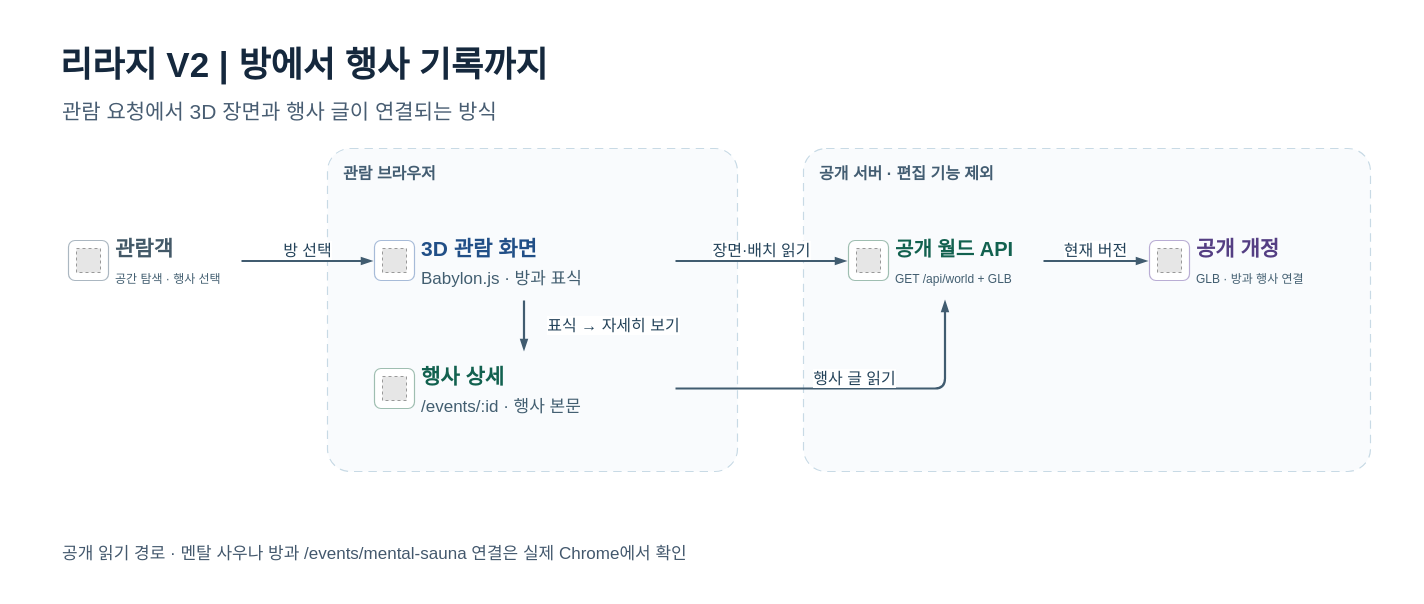
The draw.io diagram docs/portfolio-readme/assets/giraffe-system.drawio in SungKong00/living-like-a-giraffe-V2, before the edit. Source tidied: cells renumbered, new cells numbered last; positions are measured from the earlier drawing's top-left corner, leaving out a move shared by most shapes. Both pictures are drawn from the tidied source at 100%, with x=0, y=0 at pixel (17, 17). Pictures stored in the file or linked from it are replaced by grey dashed boxes.
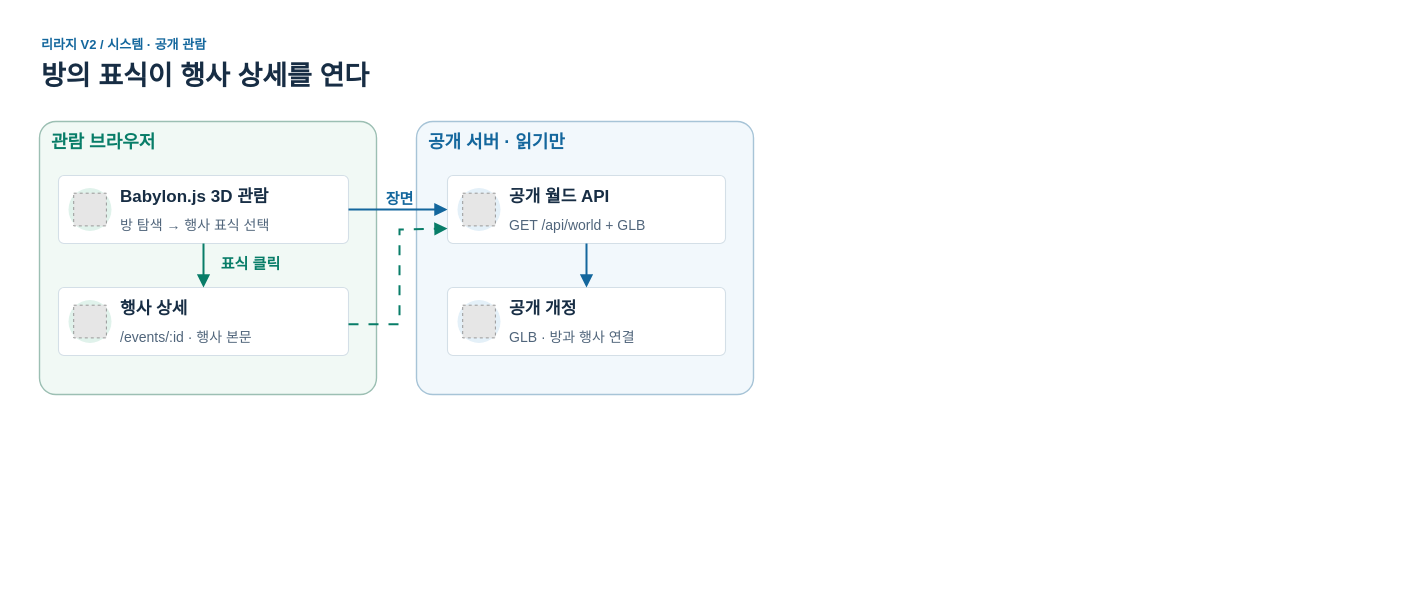
After the change.

Change to the diagram source:
```diff
@@
-    <mxCell id="2" style="fillColor=#FFFFFF;strokeColor=none;selectable=0;html=0;" parent="1" vertex="1">
-      <mxGeometry width="1390" height="570" as="geometry" />
-    </mxCell>
-    <mxCell id="3" value="리라지 V2 | 방에서 행사 기록까지" style="text;html=0;strokeColor=none;fillColor=none;whiteSpace=wrap;align=left;verticalAlign=middle;spacing=0;fontColor=#15283D;fontSize=35;fontStyle=1;fontFamily=Arial;" parent="1" vertex="1">
-      <mxGeometry x="43" y="24" width="1305" height="45" as="geometry" />
-    </mxCell>
-    <mxCell id="4" value="관람 요청에서 3D 장면과 행사 글이 연결되는 방식" style="text;html=0;strokeColor=none;fillColor=none;whiteSpace=wrap;align=left;verticalAlign=middle;spacing=0;fontColor=#485D72;fontSize=21;fontStyle=0;fontFamily=Arial;" parent="1" vertex="1">
-      <mxGeometry x="45" y="74" width="1300" height="39" as="geometry" />
-    </mxCell>
+    <mxCell id="38" style="shape=rectangle;fillColor=#FFFFFF;strokeColor=none;" parent="1" vertex="1">
+      <mxGeometry width="760" height="408" as="geometry" />
+    </mxCell>
+    <mxCell id="39" value="리라지 V2  /  시스템  ·  공개 관람" style="text;html=0;align=left;verticalAlign=middle;spacing=0;fontFamily=Apple SD Gothic Neo;fontSize=13;fontColor=#14679D;fontStyle=1;fillColor=none;strokeColor=none;whiteSpace=wrap;overflow=visible;" parent="1" vertex="1">
+      <mxGeometry x="24" y="17" width="712" height="20" as="geometry" />
+    </mxCell>
+    <mxCell id="40" value="방의 표식이 행사 상세를 연다" style="text;html=0;align=left;verticalAlign=middle;spacing=0;fontFamily=Apple SD Gothic Neo;fontSize=27;fontColor=#172D44;fontStyle=1;fillColor=none;strokeColor=none;whiteSpace=wrap;overflow=visible;" parent="1" vertex="1">
+      <mxGeometry x="24" y="41" width="712" height="36" as="geometry" />
+    </mxCell>
+    <mxCell id="41" style="rounded=1;arcSize=6;strokeWidth=1.4;strokeColor=#9CBFB3;fillColor=#F1F9F5;dashed=0;" parent="1" vertex="1">
+      <mxGeometry x="22" y="104" width="337" height="273" as="geometry" />
+    </mxCell>
-    <mxCell id="5" value="관람 브라우저" style="rounded=1;arcSize=7;html=0;whiteSpace=wrap;fillColor=#F8FBFD;fillOpacity=85;strokeColor=#C8DAE5;dashed=1;dashPattern=7 5;strokeWidth=1.2;align=left;verticalAlign=top;spacingLeft=14;spacingTop=9;fontSize=16;fontStyle=1;fontColor=#435D72;fontFamily=Arial;" parent="1" vertex="1">
-      <mxGeometry x="310" y="131" width="410" height="323" as="geometry" />
+    <mxCell id="5" value="관람 브라우저" style="text;html=0;align=left;verticalAlign=middle;spacing=0;fontFamily=Apple SD Gothic Neo;fontSize=18;fontColor=#087D68;fontStyle=1;fillColor=none;strokeColor=none;whiteSpace=wrap;overflow=visible;" parent="1" vertex="1">
+      <mxGeometry x="34" y="111" width="313" height="28" as="geometry" />
     </mxCell>
-    <mxCell id="6" value="공개 서버 · 편집 기능 제외" style="rounded=1;arcSize=7;html=0;whiteSpace=wrap;fillColor=#F8FBFD;fillOpacity=85;strokeColor=#C8DAE5;dashed=1;dashPattern=7 5;strokeWidth=1.2;align=left;verticalAlign=top;spacingLeft=14;spacingTop=9;fontSize=16;fontStyle=1;fontColor=#435D72;fontFamily=Arial;" parent="1" vertex="1">
-      <mxGeometry x="786" y="131" width="567" height="323" as="geometry" />
-    </mxCell>
-    <mxCell id="7" style="rounded=0;fillColor=none;strokeColor=none;whiteSpace=wrap;html=0;" parent="1" vertex="1">
-      <mxGeometry x="49" y="204" width="175" height="79" as="geometry" />
-    </mxCell>
-    <mxCell id="8" style="rounded=1;arcSize=16;fillColor=#FFFFFF;strokeColor=#ABB7C1;strokeWidth=1.2;html=0;" parent="7" vertex="1">
-      <mxGeometry x="2" y="19" width="40" height="40" as="geometry" />
-    </mxCell>
-    <mxCell id="9" style="fillColor=#E6E6E6;strokeColor=#999999;dashed=1;" parent="7" vertex="1">
-      <mxGeometry x="10" y="27" width="24" height="24" as="geometry" />
-    </mxCell>
-    <mxCell id="10" value="관람객" style="text;html=0;strokeColor=none;fillColor=none;align=left;verticalAlign=middle;whiteSpace=wrap;spacing=0;fontSize=21;fontColor=#435968;fontStyle=1;fontFamily=Arial;" parent="7" vertex="1">
-      <mxGeometry x="49" y="12" width="121" height="29" as="geometry" />
-    </mxCell>
-    <mxCell id="11" value="공간 탐색 · 행사 선택" style="text;html=0;strokeColor=none;fillColor=none;align=left;verticalAlign=middle;whiteSpace=wrap;spacing=0;fontSize=12;fontColor=#425E70;fontStyle=0;fontFamily=Arial;" parent="7" vertex="1">
-      <mxGeometry x="49" y="40" width="121" height="36" as="geometry" />
-    </mxCell>
+    <mxCell id="42" style="rounded=1;arcSize=6;strokeWidth=1.4;strokeColor=#A7C4D7;fillColor=#F2F8FC;dashed=0;" parent="1" vertex="1">
+      <mxGeometry x="399" y="104" width="337" height="273" as="geometry" />
+    </mxCell>
+    <mxCell id="43" value="공개 서버 · 읽기만" style="text;html=0;align=left;verticalAlign=middle;spacing=0;fontFamily=Apple SD Gothic Neo;fontSize=18;fontColor=#14679D;fontStyle=1;fillColor=none;strokeColor=none;whiteSpace=wrap;overflow=visible;" parent="1" vertex="1">
+      <mxGeometry x="411" y="111" width="313" height="28" as="geometry" />
+    </mxCell>
-    <mxCell id="12" style="rounded=0;fillColor=none;strokeColor=none;whiteSpace=wrap;html=0;" parent="1" vertex="1">
-      <mxGeometry x="355" y="204" width="303" height="79" as="geometry" />
+    <mxCell id="12" style="rounded=1;arcSize=8;fillColor=#FFFFFF;strokeColor=#D4DFE7;strokeWidth=1.1;" parent="1" vertex="1">
+      <mxGeometry x="41" y="158" width="290" height="68" as="geometry" />
     </mxCell>
-    <mxCell id="13" style="rounded=1;arcSize=16;fillColor=#FFFFFF;strokeColor=#A7BBD8;strokeWidth=1.2;html=0;" parent="12" vertex="1">
-      <mxGeometry x="2" y="19" width="40" height="40" as="geometry" />
-    </mxCell>
-    <mxCell id="14" style="fillColor=#E6E6E6;strokeColor=#999999;dashed=1;" parent="12" vertex="1">
-      <mxGeometry x="10" y="27" width="24" height="24" as="geometry" />
-    </mxCell>
-    <mxCell id="15" value="3D 관람 화면" style="text;html=0;strokeColor=none;fillColor=none;align=left;verticalAlign=middle;whiteSpace=wrap;spacing=0;fontSize=21;fontColor=#214F87;fontStyle=1;fontFamily=Arial;" parent="12" vertex="1">
-      <mxGeometry x="49" y="12" width="249" height="29" as="geometry" />
-    </mxCell>
-    <mxCell id="16" value="Babylon.js · 방과 표식" style="text;html=0;strokeColor=none;fillColor=none;align=left;verticalAlign=middle;whiteSpace=wrap;spacing=0;fontSize=17;fontColor=#425E70;fontStyle=0;fontFamily=Arial;" parent="12" vertex="1">
-      <mxGeometry x="49" y="40" width="249" height="36" as="geometry" />
-    </mxCell>
-    <mxCell id="17" style="rounded=0;fillColor=none;strokeColor=none;whiteSpace=wrap;html=0;" parent="1" vertex="1">
-      <mxGeometry x="355" y="333" width="303" height="76" as="geometry" />
-    </mxCell>
-    <mxCell id="18" style="rounded=1;arcSize=16;fillColor=#FFFFFF;strokeColor=#9FBEB1;strokeWidth=1.2;html=0;" parent="17" vertex="1">
-      <mxGeometry x="2" y="18" width="40" height="40" as="geometry" />
-    </mxCell>
-    <mxCell id="19" style="fillColor=#E6E6E6;strokeColor=#999999;dashed=1;" parent="17" vertex="1">
-      <mxGeometry x="10" y="26" width="24" height="24" as="geometry" />
-    </mxCell>
+    <mxCell id="44" style="ellipse;fillColor=#E0F2EB;strokeColor=none;" parent="1" vertex="1">
+      <mxGeometry x="51" y="170.5" width="43" height="43" as="geometry" />
+    </mxCell>
+    <mxCell id="45" style="fillColor=#E6E6E6;strokeColor=#999999;dashed=1;" parent="1" vertex="1">
+      <mxGeometry x="56.2" y="175.7" width="32.7" height="32.7" as="geometry" />
+    </mxCell>
+    <mxCell id="46" value="Babylon.js 3D 관람" style="text;html=0;align=left;verticalAlign=middle;spacing=0;fontFamily=Apple SD Gothic Neo;fontSize=17;fontColor=#172D44;fontStyle=1;fillColor=none;strokeColor=none;whiteSpace=wrap;overflow=visible;" parent="1" vertex="1">
+      <mxGeometry x="103" y="167" width="224" height="25" as="geometry" />
+    </mxCell>
+    <mxCell id="47" value="방 탐색 → 행사 표식 선택" style="text;html=0;align=left;verticalAlign=middle;spacing=0;fontFamily=Apple SD Gothic Neo;fontSize=14;fontColor=#50657B;fontStyle=0;fillColor=none;strokeColor=none;whiteSpace=wrap;overflow=visible;" parent="1" vertex="1">
+      <mxGeometry x="103" y="192" width="224" height="31" as="geometry" />
+    </mxCell>
+    <mxCell id="48" style="rounded=1;arcSize=8;fillColor=#FFFFFF;strokeColor=#D4DFE7;strokeWidth=1.1;" parent="1" vertex="1">
+      <mxGeometry x="41" y="270" width="290" height="68" as="geometry" />
+    </mxCell>
+    <mxCell id="49" style="ellipse;fillColor=#E0F2EB;strokeColor=none;" parent="1" vertex="1">
+      <mxGeometry x="51" y="282.5" width="43" height="43" as="geometry" />
+    </mxCell>
+    <mxCell id="50" style="fillColor=#E6E6E6;strokeColor=#999999;dashed=1;" parent="1" vertex="1">
+      <mxGeometry x="56.2" y="287.7" width="32.7" height="32.7" as="geometry" />
+    </mxCell>
-    <mxCell id="20" value="행사 상세" style="text;html=0;strokeColor=none;fillColor=none;align=left;verticalAlign=middle;whiteSpace=wrap;spacing=0;fontSize=21;fontColor=#12614F;fontStyle=1;fontFamily=Arial;" parent="17" vertex="1">
-      <mxGeometry x="49" y="11" width="249" height="29" as="geometry" />
+    <mxCell id="20" value="행사 상세" style="text;html=0;align=left;verticalAlign=middle;spacing=0;fontFamily=Apple SD Gothic Neo;fontSize=17;fontColor=#172D44;fontStyle=1;fillColor=none;strokeColor=none;whiteSpace=wrap;overflow=visible;" parent="1" vertex="1">
+      <mxGeometry x="103" y="279" width="224" height="25" as="geometry" />
     </mxCell>
-    <mxCell id="21" value="/events/:id · 행사 본문" style="text;html=0;strokeColor=none;fillColor=none;align=left;verticalAlign=middle;whiteSpace=wrap;spacing=0;fontSize=17;fontColor=#425E70;fontStyle=0;fontFamily=Arial;" parent="17" vertex="1">
-      <mxGeometry x="49" y="39" width="249" height="35" as="geometry" />
+    <mxCell id="21" value="/events/:id · 행사 본문" style="text;html=0;align=left;verticalAlign=middle;spacing=0;fontFamily=Apple SD Gothic Neo;fontSize=14;fontColor=#50657B;fontStyle=0;fillColor=none;strokeColor=none;whiteSpace=wrap;overflow=visible;" parent="1" vertex="1">
+      <mxGeometry x="103" y="304" width="224" height="31" as="geometry" />
     </mxCell>
-    <mxCell id="22" style="rounded=0;fillColor=none;strokeColor=none;whiteSpace=wrap;html=0;" parent="1" vertex="1">
-      <mxGeometry x="829" y="204" width="197" height="79" as="geometry" />
+    <mxCell id="22" style="rounded=1;arcSize=8;fillColor=#FFFFFF;strokeColor=#D4DFE7;strokeWidth=1.1;" parent="1" vertex="1">
+      <mxGeometry x="430" y="158" width="278" height="68" as="geometry" />
     </mxCell>
-    <mxCell id="23" style="rounded=1;arcSize=16;fillColor=#FFFFFF;strokeColor=#9FBEB1;strokeWidth=1.2;html=0;" parent="22" vertex="1">
-      <mxGeometry x="2" y="19" width="40" height="40" as="geometry" />
-    </mxCell>
-    <mxCell id="24" style="fillColor=#E6E6E6;strokeColor=#999999;dashed=1;" parent="22" vertex="1">
-      <mxGeometry x="10" y="27" width="24" height="24" as="geometry" />
-    </mxCell>
+    <mxCell id="51" style="ellipse;fillColor=#E4F0F8;strokeColor=none;" parent="1" vertex="1">
+      <mxGeometry x="440" y="170.5" width="43" height="43" as="geometry" />
+    </mxCell>
+    <mxCell id="52" style="fillColor=#E6E6E6;strokeColor=#999999;dashed=1;" parent="1" vertex="1">
+      <mxGeometry x="445.2" y="175.7" width="32.7" height="32.7" as="geometry" />
+    </mxCell>
-    <mxCell id="25" value="공개 월드 API" style="text;html=0;strokeColor=none;fillColor=none;align=left;verticalAlign=middle;whiteSpace=wrap;spacing=0;fontSize=20;fontColor=#12614F;fontStyle=1;fontFamily=Arial;" parent="22" vertex="1">
-      <mxGeometry x="49" y="12" width="143" height="29" as="geometry" />
+    <mxCell id="25" value="공개 월드 API" style="text;html=0;align=left;verticalAlign=middle;spacing=0;fontFamily=Apple SD Gothic Neo;fontSize=17;fontColor=#172D44;fontStyle=1;fillColor=none;strokeColor=none;whiteSpace=wrap;overflow=visible;" parent="1" vertex="1">
+      <mxGeometry x="492" y="167" width="212" height="25" as="geometry" />
     </mxCell>
-    <mxCell id="26" value="GET /api/world + GLB" style="text;html=0;strokeColor=none;fillColor=none;align=left;verticalAlign=middle;whiteSpace=wrap;spacing=0;fontSize=12;fontColor=#425E70;fontStyle=0;fontFamily=Arial;" parent="22" vertex="1">
-      <mxGeometry x="49" y="40" width="143" height="36" as="geometry" />
+    <mxCell id="26" value="GET /api/world + GLB" style="text;html=0;align=left;verticalAlign=middle;spacing=0;fontFamily=Apple SD Gothic Neo;fontSize=14;fontColor=#50657B;fontStyle=0;fillColor=none;strokeColor=none;whiteSpace=wrap;overflow=visible;" parent="1" vertex="1">
+      <mxGeometry x="492" y="192" width="212" height="31" as="geometry" />
     </mxCell>
-    <mxCell id="27" style="rounded=0;fillColor=none;strokeColor=none;whiteSpace=wrap;html=0;" parent="1" vertex="1">
-      <mxGeometry x="1130" y="204" width="184" height="79" as="geometry" />
-    </mxCell>
-    <mxCell id="28" style="rounded=1;arcSize=16;fillColor=#FFFFFF;strokeColor=#B9ADD4;strokeWidth=1.2;html=0;" parent="27" vertex="1">
-      <mxGeometry x="2" y="19" width="40" height="40" as="geometry" />
-    </mxCell>
-    <mxCell id="29" style="fillColor=#E6E6E6;strokeColor=#999999;dashed=1;" parent="27" vertex="1">
-      <mxGeometry x="10" y="27" width="24" height="24" as="geometry" />
-    </mxCell>
+    <mxCell id="53" style="rounded=1;arcSize=8;fillColor=#FFFFFF;strokeColor=#D4DFE7;strokeWidth=1.1;" parent="1" vertex="1">
+      <mxGeometry x="430" y="270" width="278" height="68" as="geometry" />
+    </mxCell>
+    <mxCell id="54" style="ellipse;fillColor=#E4F0F8;strokeColor=none;" parent="1" vertex="1">
+      <mxGeometry x="440" y="282.5" width="43" height="43" as="geometry" />
+    </mxCell>
+    <mxCell id="55" style="fillColor=#E6E6E6;strokeColor=#999999;dashed=1;" parent="1" vertex="1">
+      <mxGeometry x="445.2" y="287.7" width="32.7" height="32.7" as="geometry" />
+    </mxCell>
-    <mxCell id="30" value="공개 개정" style="text;html=0;strokeColor=none;fillColor=none;align=left;verticalAlign=middle;whiteSpace=wrap;spacing=0;fontSize=21;fontColor=#543E83;fontStyle=1;fontFamily=Arial;" parent="27" vertex="1">
-      <mxGeometry x="49" y="12" width="130" height="29" as="geometry" />
+    <mxCell id="30" value="공개 개정" style="text;html=0;align=left;verticalAlign=middle;spacing=0;fontFamily=Apple SD Gothic Neo;fontSize=17;fontColor=#172D44;fontStyle=1;fillColor=none;strokeColor=none;whiteSpace=wrap;overflow=visible;" parent="1" vertex="1">
+      <mxGeometry x="492" y="279" width="212" height="25" as="geometry" />
     </mxCell>
-    <mxCell id="31" value="GLB · 방과 행사 연결" style="text;html=0;strokeColor=none;fillColor=none;align=left;verticalAlign=middle;whiteSpace=wrap;spacing=0;fontSize=12;fontColor=#425E70;fontStyle=0;fontFamily=Arial;" parent="27" vertex="1">
-      <mxGeometry x="49" y="40" width="130" height="36" as="geometry" />
+    <mxCell id="31" value="GLB · 방과 행사 연결" style="text;html=0;align=left;verticalAlign=middle;spacing=0;fontFamily=Apple SD Gothic Neo;fontSize=14;fontColor=#50657B;fontStyle=0;fillColor=none;strokeColor=none;whiteSpace=wrap;overflow=visible;" parent="1" vertex="1">
+      <mxGeometry x="492" y="304" width="212" height="31" as="geometry" />
     </mxCell>
-    <mxCell id="32" value="방 선택" style="edgeStyle=orthogonalEdgeStyle;rounded=1;jettySize=auto;html=1;endArrow=blockThin;endFill=1;strokeColor=#415C70;strokeWidth=2.2;fontColor=#24435A;fontSize=16;labelBackgroundColor=#FFFFFF;labelPadding=2;fontFamily=Arial;exitX=1;exitY=0.5;exitDx=0;exitDy=0;entryX=0;entryY=0.5;entryDx=0;entryDy=0;" parent="1" edge="1" source="7" target="12">
-      <mxGeometry relative="1" as="geometry">
-        <mxPoint y="-11" as="offset" />
-      </mxGeometry>
-    </mxCell>
-    <mxCell id="33" value="표식 → 자세히 보기" style="edgeStyle=orthogonalEdgeStyle;rounded=1;jettySize=auto;html=1;endArrow=blockThin;endFill=1;strokeColor=#415C70;strokeWidth=2.2;fontColor=#24435A;fontSize=16;labelBackgroundColor=#FFFFFF;labelPadding=2;fontFamily=Arial;exitX=0.5;exitY=1;exitDx=0;exitDy=0;entryX=0.5;entryY=0;entryDx=0;entryDy=0;" parent="1" edge="1" source="12" target="17">
-      <mxGeometry relative="1" as="geometry">
-        <mxPoint x="89" as="offset" />
-      </mxGeometry>
-    </mxCell>
+    <mxCell id="56" style="edgeStyle=orthogonalEdgeStyle;rounded=0;html=0;strokeColor=#087D68;strokeWidth=2;endArrow=block;endFill=1;endSize=8;dashed=0;dashPattern=5 5;exitX=0.5;exitY=1;entryX=0.5;entryY=0;exitPerimeter=0;entryPerimeter=0;" parent="1" edge="1" source="12" target="48">
+      <mxGeometry relative="1" as="geometry" />
+    </mxCell>
-    <mxCell id="34" value="장면·배치 읽기" style="edgeStyle=orthogonalEdgeStyle;rounded=1;jettySize=auto;html=1;endArrow=blockThin;endFill=1;strokeColor=#415C70;strokeWidth=2.2;fontColor=#24435A;fontSize=16;labelBackgroundColor=#FFFFFF;labelPadding=2;fontFamily=Arial;exitX=1;exitY=0.5;exitDx=0;exitDy=0;entryX=0;entryY=0.5;entryDx=0;entryDy=0;" parent="1" edge="1" source="12" target="22">
-      <mxGeometry relative="1" as="geometry">
-        <mxPoint y="-11" as="offset" />
-      </mxGeometry>
+    <mxCell id="34" style="edgeStyle=orthogonalEdgeStyle;rounded=0;html=0;strokeColor=#14679D;strokeWidth=2;endArrow=block;endFill=1;endSize=8;dashed=0;dashPattern=5 5;exitX=1;exitY=0.5;entryX=0;entryY=0.5;exitPerimeter=0;entryPerimeter=0;" parent="1" edge="1" source="12" target="22">
+      <mxGeometry relative="1" as="geometry" />
     </mxCell>
-    <mxCell id="35" value="현재 버전" style="edgeStyle=orthogonalEdgeStyle;rounded=1;jettySize=auto;html=1;endArrow=blockThin;endFill=1;strokeColor=#415C70;strokeWidth=2.2;fontColor=#24435A;fontSize=16;labelBackgroundColor=#FFFFFF;labelPadding=2;fontFamily=Arial;exitX=1;exitY=0.5;exitDx=0;exitDy=0;entryX=0;entryY=0.5;entryDx=0;entryDy=0;" parent="1" edge="1" source="22" target="27">
-      <mxGeometry relative="1" as="geometry">
-        <mxPoint y="-11" as="offset" />
-      </mxGeometry>
-    </mxCell>
-    <mxCell id="36" value="행사 글 읽기" style="edgeStyle=orthogonalEdgeStyle;rounded=1;jettySize=auto;html=1;endArrow=blockThin;endFill=1;strokeColor=#415C70;strokeWidth=2.2;fontColor=#24435A;fontSize=16;labelBackgroundColor=#FFFFFF;labelPadding=2;fontFamily=Arial;exitX=1;exitY=0.5;exitDx=0;exitDy=0;entryX=0.5;entryY=1;entryDx=0;entryDy=0;" parent="1" edge="1" source="17" target="22">
-      <mxGeometry relative="1" as="geometry">
-        <Array as="points">
-          <mxPoint x="927" y="371" />
-        </Array>
-        <mxPoint y="-10" as="offset" />
-      </mxGeometry>
-    </mxCell>
-    <mxCell id="37" value="공개 읽기 경로 · 멘탈 사우나 방과 /events/mental-sauna 연결은 실제 Chrome에서 확인" style="text;html=0;strokeColor=none;fillColor=none;whiteSpace=wrap;align=left;verticalAlign=middle;spacing=0;fontColor=#43586D;fontSize=17;fontStyle=0;fontFamily=Arial;" parent="1" vertex="1">
-      <mxGeometry x="45" y="518" width="1300" height="38" as="geometry" />
-    </mxCell>
+    <mxCell id="57" style="edgeStyle=orthogonalEdgeStyle;rounded=0;html=0;strokeColor=#14679D;strokeWidth=2;endArrow=block;endFill=1;endSize=8;dashed=0;dashPattern=5 5;exitX=0.5;exitY=1;entryX=0.5;entryY=0;exitPerimeter=0;entryPerimeter=0;" parent="1" edge="1" source="22" target="53">
+      <mxGeometry relative="1" as="geometry" />
+    </mxCell>
+    <mxCell id="58" style="edgeStyle=orthogonalEdgeStyle;rounded=0;html=0;strokeColor=#087D68;strokeWidth=2;endArrow=block;endFill=1;endSize=8;dashed=1;dashPattern=5 5;exitX=1;exitY=0.54;entryX=0;entryY=0.78;exitPerimeter=0;entryPerimeter=0;" parent="1" edge="1" source="48" target="22">
+      <mxGeometry relative="1" as="geometry">
+        <Array as="points">
+          <mxPoint x="382" y="306" />
+          <mxPoint x="382" y="212" />
+        </Array>
+      </mxGeometry>
+    </mxCell>
+    <mxCell id="59" value="장면" style="text;html=0;align=center;verticalAlign=middle;spacing=0;fontFamily=Apple SD Gothic Neo;fontSize=15;fontColor=#14679D;fontStyle=1;fillColor=none;strokeColor=none;whiteSpace=wrap;overflow=visible;" parent="1" vertex="1">
+      <mxGeometry x="339" y="170" width="87" height="22" as="geometry" />
+    </mxCell>
+    <mxCell id="60" value="표식 클릭" style="text;html=0;align=center;verticalAlign=middle;spacing=0;fontFamily=Apple SD Gothic Neo;fontSize=15;fontColor=#087D68;fontStyle=1;fillColor=none;strokeColor=none;whiteSpace=wrap;overflow=visible;" parent="1" vertex="1">
+      <mxGeometry x="176" y="235" width="115" height="22" as="geometry" />
+    </mxCell>
```
